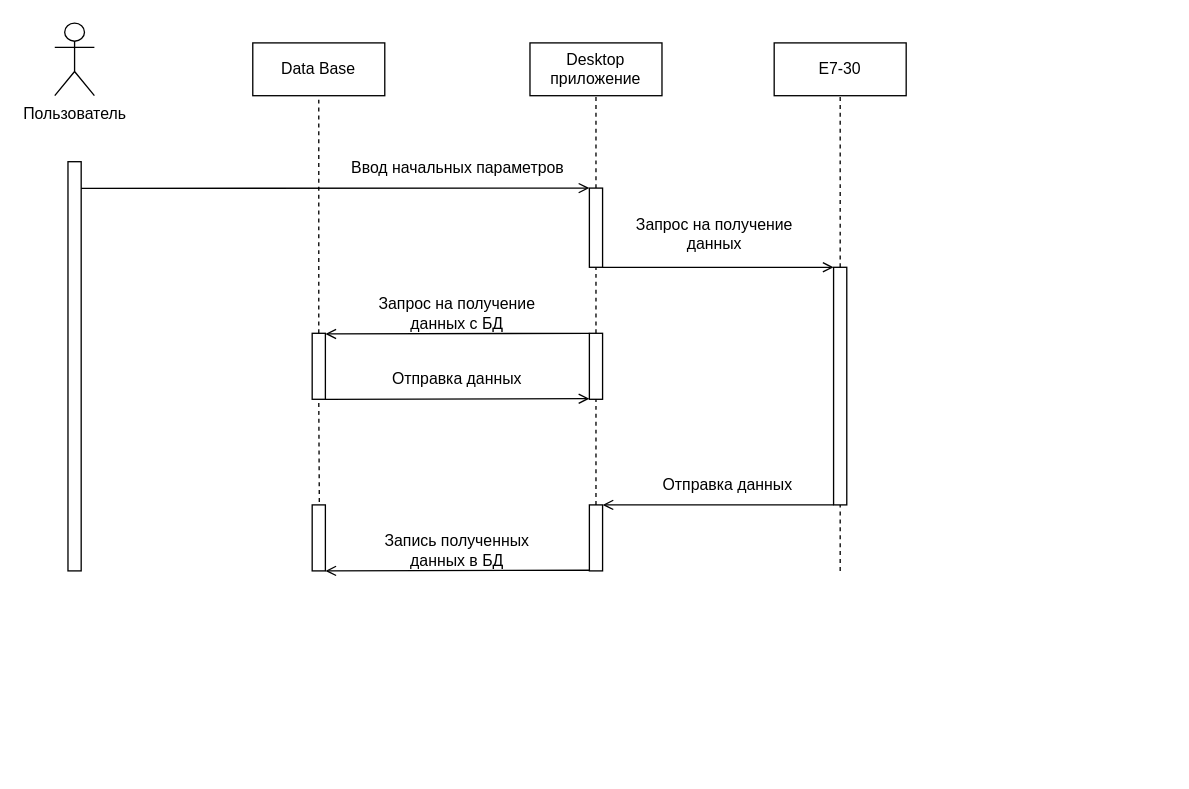
Earlier version of the draw.io diagram Documentation/Mikhail/Charts/Диаграмма последовательности действий.drawio (HeisPovedim/diplom-P419-E7-30). Source tidied: cells renumbered, new cells numbered last; positions are measured from the earlier drawing's top-left corner, leaving out a move shared by most shapes. Both pictures are drawn from the tidied source at 132%, with x=0, y=0 at pixel (54, 22).
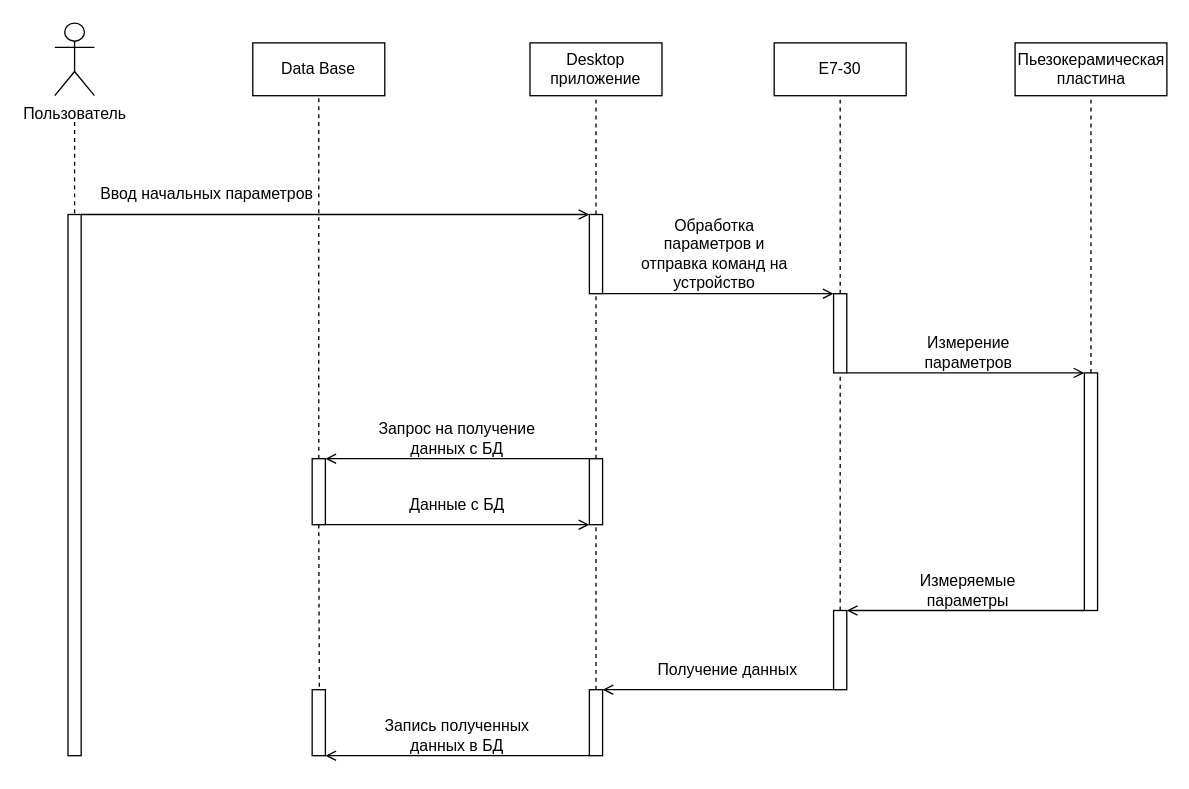
Above is the later version.

What changed in the source:
```diff
@@
     <mxCell id="4" style="rounded=0;whiteSpace=wrap;html=1;" parent="1" vertex="1">
-      <mxGeometry x="405" y="125" width="10" height="60" as="geometry" />
+      <mxGeometry x="405" y="145" width="10" height="60" as="geometry" />
     </mxCell>
     <mxCell id="5" style="rounded=0;whiteSpace=wrap;html=1;" parent="1" vertex="1">
-      <mxGeometry x="10" y="105" width="10" height="310" as="geometry" />
+      <mxGeometry x="10" y="145" width="10" height="410" as="geometry" />
     </mxCell>
-    <mxCell id="6" style="endArrow=none;html=1;rounded=0;exitX=0;exitY=0;exitDx=0;exitDy=0;entryX=1;entryY=0.065;entryDx=0;entryDy=0;entryPerimeter=0;endFill=0;startArrow=open;startFill=0;" parent="1" edge="1" source="4" target="5">
+    <mxCell id="6" style="endArrow=none;html=1;rounded=0;exitX=0;exitY=0;exitDx=0;exitDy=0;endFill=0;startArrow=open;startFill=0;entryX=1;entryY=0;entryDx=0;entryDy=0;" parent="1" edge="1" source="4" target="5">
       <mxGeometry relative="1" as="geometry" />
     </mxCell>
+    <mxCell id="32" value="Пьезокерамическая пластина" style="rounded=0;whiteSpace=wrap;html=1;" parent="1" vertex="1">
+      <mxGeometry x="727.5" y="15" width="115" height="40" as="geometry" />
+    </mxCell>
@@
     <mxCell id="9" style="rounded=0;whiteSpace=wrap;html=1;" parent="1" vertex="1">
-      <mxGeometry x="590" y="185" width="10" height="180" as="geometry" />
+      <mxGeometry x="590" y="205" width="10" height="60" as="geometry" />
     </mxCell>
     <mxCell id="10" style="endArrow=none;html=1;rounded=0;entryX=1;entryY=0.065;entryDx=0;entryDy=0;entryPerimeter=0;endFill=0;startArrow=open;startFill=0;exitX=0;exitY=0;exitDx=0;exitDy=0;" parent="1" edge="1" source="9">
       <mxGeometry relative="1" as="geometry">
-        <mxPoint x="415" y="185" as="targetPoint" />
+        <mxPoint x="415" y="205" as="targetPoint" />
       </mxGeometry>
     </mxCell>
-    <mxCell id="11" value="Запрос на получение данных" style="text;html=1;strokeColor=none;fillColor=none;align=center;verticalAlign=middle;whiteSpace=wrap;rounded=0;" parent="1" vertex="1">
-      <mxGeometry x="435" y="145" width="130" height="30" as="geometry" />
+    <mxCell id="11" value="Обработка параметров и отправка команд на устройство" style="text;html=1;strokeColor=none;fillColor=none;align=center;verticalAlign=middle;whiteSpace=wrap;rounded=0;" parent="1" vertex="1">
+      <mxGeometry x="435" y="145" width="130" height="60" as="geometry" />
     </mxCell>
@@
+    <mxCell id="33" style="rounded=0;whiteSpace=wrap;html=1;" parent="1" vertex="1">
+      <mxGeometry x="780" y="265" width="10" height="180" as="geometry" />
+    </mxCell>
+    <mxCell id="34" style="endArrow=none;html=1;rounded=0;endFill=0;startArrow=open;startFill=0;exitX=0;exitY=0;exitDx=0;exitDy=0;entryX=1;entryY=1;entryDx=0;entryDy=0;" parent="1" edge="1" source="33" target="9">
+      <mxGeometry relative="1" as="geometry" />
+    </mxCell>
+    <mxCell id="35" value="Измерение&lt;br&gt;параметров" style="text;html=1;strokeColor=none;fillColor=none;align=center;verticalAlign=middle;whiteSpace=wrap;rounded=0;" parent="1" vertex="1">
+      <mxGeometry x="624.5" y="235" width="135" height="30" as="geometry" />
+    </mxCell>
+    <mxCell id="36" style="rounded=0;whiteSpace=wrap;html=1;" parent="1" vertex="1">
+      <mxGeometry x="590" y="445" width="10" height="60" as="geometry" />
+    </mxCell>
+    <mxCell id="37" value="Измеряемые параметры" style="text;html=1;strokeColor=none;fillColor=none;align=center;verticalAlign=middle;whiteSpace=wrap;rounded=0;" parent="1" vertex="1">
+      <mxGeometry x="627" y="415" width="130" height="30" as="geometry" />
+    </mxCell>
+    <mxCell id="38" style="endArrow=none;dashed=1;html=1;rounded=0;entryX=0.5;entryY=1;entryDx=0;entryDy=0;exitX=0.5;exitY=0;exitDx=0;exitDy=0;" parent="1" edge="1" source="36" target="9">
+      <mxGeometry relative="1" as="geometry" />
+    </mxCell>
     <mxCell id="13" style="rounded=0;whiteSpace=wrap;html=1;" parent="1" vertex="1">
-      <mxGeometry x="405" y="365" width="10" height="50" as="geometry" />
+      <mxGeometry x="405" y="505" width="10" height="50" as="geometry" />
     </mxCell>
     <mxCell id="14" style="endArrow=open;html=1;rounded=0;endFill=0;startArrow=none;startFill=0;exitX=0;exitY=0;exitDx=0;exitDy=0;" parent="1" edge="1">
       <mxGeometry relative="1" as="geometry">
-        <mxPoint x="590" y="365" as="sourcePoint" />
-        <mxPoint x="415" y="365" as="targetPoint" />
+        <mxPoint x="590" y="505" as="sourcePoint" />
+        <mxPoint x="415" y="505" as="targetPoint" />
       </mxGeometry>
     </mxCell>
-    <mxCell id="15" value="Отправка данных" style="text;html=1;strokeColor=none;fillColor=none;align=center;verticalAlign=middle;whiteSpace=wrap;rounded=0;" parent="1" vertex="1">
-      <mxGeometry x="445" y="335" width="130" height="30" as="geometry" />
+    <mxCell id="15" value="Получение данных" style="text;html=1;strokeColor=none;fillColor=none;align=center;verticalAlign=middle;whiteSpace=wrap;rounded=0;" parent="1" vertex="1">
+      <mxGeometry x="445" y="475" width="130" height="30" as="geometry" />
     </mxCell>
-    <mxCell id="16" style="endArrow=none;dashed=1;html=1;rounded=0;entryX=0.5;entryY=1;entryDx=0;entryDy=0;" parent="1" edge="1">
-      <mxGeometry relative="1" as="geometry">
-        <mxPoint x="595" y="415" as="sourcePoint" />
-        <mxPoint x="595" y="365" as="targetPoint" />
-      </mxGeometry>
-    </mxCell>
@@
     <mxCell id="18" style="rounded=0;whiteSpace=wrap;html=1;" parent="1" vertex="1">
-      <mxGeometry x="195" y="365" width="10" height="50" as="geometry" />
+      <mxGeometry x="195" y="505" width="10" height="50" as="geometry" />
     </mxCell>
-    <mxCell id="19" style="endArrow=open;html=1;rounded=0;endFill=0;startArrow=none;startFill=0;exitX=0;exitY=0;exitDx=0;exitDy=0;entryX=1;entryY=1;entryDx=0;entryDy=0;" parent="1" edge="1" target="18">
-      <mxGeometry relative="1" as="geometry">
-        <mxPoint x="405" y="414.5" as="sourcePoint" />
-      </mxGeometry>
+    <mxCell id="19" style="endArrow=open;html=1;rounded=0;endFill=0;startArrow=none;startFill=0;entryX=1;entryY=1;entryDx=0;entryDy=0;exitX=0;exitY=1;exitDx=0;exitDy=0;" parent="1" edge="1" source="13" target="18">
+      <mxGeometry relative="1" as="geometry" />
     </mxCell>
     <mxCell id="20" value="Запись полученных данных в БД" style="text;html=1;strokeColor=none;fillColor=none;align=center;verticalAlign=middle;whiteSpace=wrap;rounded=0;" parent="1" vertex="1">
-      <mxGeometry x="240" y="385" width="130" height="30" as="geometry" />
+      <mxGeometry x="240" y="525" width="130" height="30" as="geometry" />
     </mxCell>
     <mxCell id="21" style="rounded=0;whiteSpace=wrap;html=1;" parent="1" vertex="1">
-      <mxGeometry x="195" y="235" width="10" height="50" as="geometry" />
+      <mxGeometry x="195" y="330" width="10" height="50" as="geometry" />
     </mxCell>
     <mxCell id="22" style="rounded=0;whiteSpace=wrap;html=1;" parent="1" vertex="1">
-      <mxGeometry x="405" y="235" width="10" height="50" as="geometry" />
+      <mxGeometry x="405" y="330" width="10" height="50" as="geometry" />
     </mxCell>
-    <mxCell id="23" style="endArrow=open;html=1;rounded=0;endFill=0;startArrow=none;startFill=0;exitX=0;exitY=0;exitDx=0;exitDy=0;entryX=1;entryY=1;entryDx=0;entryDy=0;" parent="1" edge="1">
-      <mxGeometry relative="1" as="geometry">
-        <mxPoint x="405" y="235" as="sourcePoint" />
-        <mxPoint x="205" y="235.5" as="targetPoint" />
-      </mxGeometry>
+    <mxCell id="23" style="endArrow=open;html=1;rounded=0;endFill=0;startArrow=none;startFill=0;exitX=0;exitY=0;exitDx=0;exitDy=0;entryX=1;entryY=0;entryDx=0;entryDy=0;" parent="1" edge="1" source="22" target="21">
+      <mxGeometry relative="1" as="geometry" />
     </mxCell>
     <mxCell id="24" value="Запрос на получение данных с БД" style="text;html=1;strokeColor=none;fillColor=none;align=center;verticalAlign=middle;whiteSpace=wrap;rounded=0;" parent="1" vertex="1">
-      <mxGeometry x="240" y="205" width="130" height="30" as="geometry" />
+      <mxGeometry x="240" y="300" width="130" height="30" as="geometry" />
     </mxCell>
-    <mxCell id="25" style="endArrow=none;html=1;rounded=0;endFill=0;startArrow=open;startFill=0;exitX=0;exitY=0;exitDx=0;exitDy=0;entryX=1;entryY=1;entryDx=0;entryDy=0;" parent="1" edge="1">
-      <mxGeometry relative="1" as="geometry">
-        <mxPoint x="405" y="284.5" as="sourcePoint" />
-        <mxPoint x="205" y="285" as="targetPoint" />
-      </mxGeometry>
+    <mxCell id="25" style="endArrow=none;html=1;rounded=0;endFill=0;startArrow=open;startFill=0;exitX=0;exitY=1;exitDx=0;exitDy=0;entryX=1;entryY=1;entryDx=0;entryDy=0;" parent="1" edge="1" source="22" target="21">
+      <mxGeometry relative="1" as="geometry" />
     </mxCell>
-    <mxCell id="26" value="Отправка данных" style="text;html=1;strokeColor=none;fillColor=none;align=center;verticalAlign=middle;whiteSpace=wrap;rounded=0;" parent="1" vertex="1">
-      <mxGeometry x="240" y="255" width="130" height="30" as="geometry" />
+    <mxCell id="26" value="Данные с БД" style="text;html=1;strokeColor=none;fillColor=none;align=center;verticalAlign=middle;whiteSpace=wrap;rounded=0;" parent="1" vertex="1">
+      <mxGeometry x="240" y="350" width="130" height="30" as="geometry" />
     </mxCell>
@@
     <mxCell id="31" value="Ввод начальных параметров" style="text;html=1;align=center;verticalAlign=middle;strokeColor=none;fillColor=none;" parent="1" vertex="1">
-      <mxGeometry x="215" y="95" width="180" height="30" as="geometry" />
+      <mxGeometry x="25" y="115" width="180" height="30" as="geometry" />
     </mxCell>
+    <mxCell id="39" style="endArrow=none;dashed=1;html=1;rounded=0;entryX=0.5;entryY=0;entryDx=0;entryDy=0;" parent="1" edge="1" target="5">
+      <mxGeometry relative="1" as="geometry">
+        <mxPoint x="15" y="75" as="sourcePoint" />
+      </mxGeometry>
+    </mxCell>
+    <mxCell id="40" style="endArrow=none;dashed=1;html=1;rounded=0;entryX=0.5;entryY=1;entryDx=0;entryDy=0;exitX=0.5;exitY=0;exitDx=0;exitDy=0;" parent="1" edge="1" source="33" target="32">
+      <mxGeometry relative="1" as="geometry" />
+    </mxCell>
+    <mxCell id="41" style="endArrow=none;html=1;rounded=0;exitX=1;exitY=0;exitDx=0;exitDy=0;endFill=0;startArrow=open;startFill=0;entryX=0;entryY=1;entryDx=0;entryDy=0;" parent="1" edge="1" source="36" target="33">
+      <mxGeometry relative="1" as="geometry" />
+    </mxCell>
```
